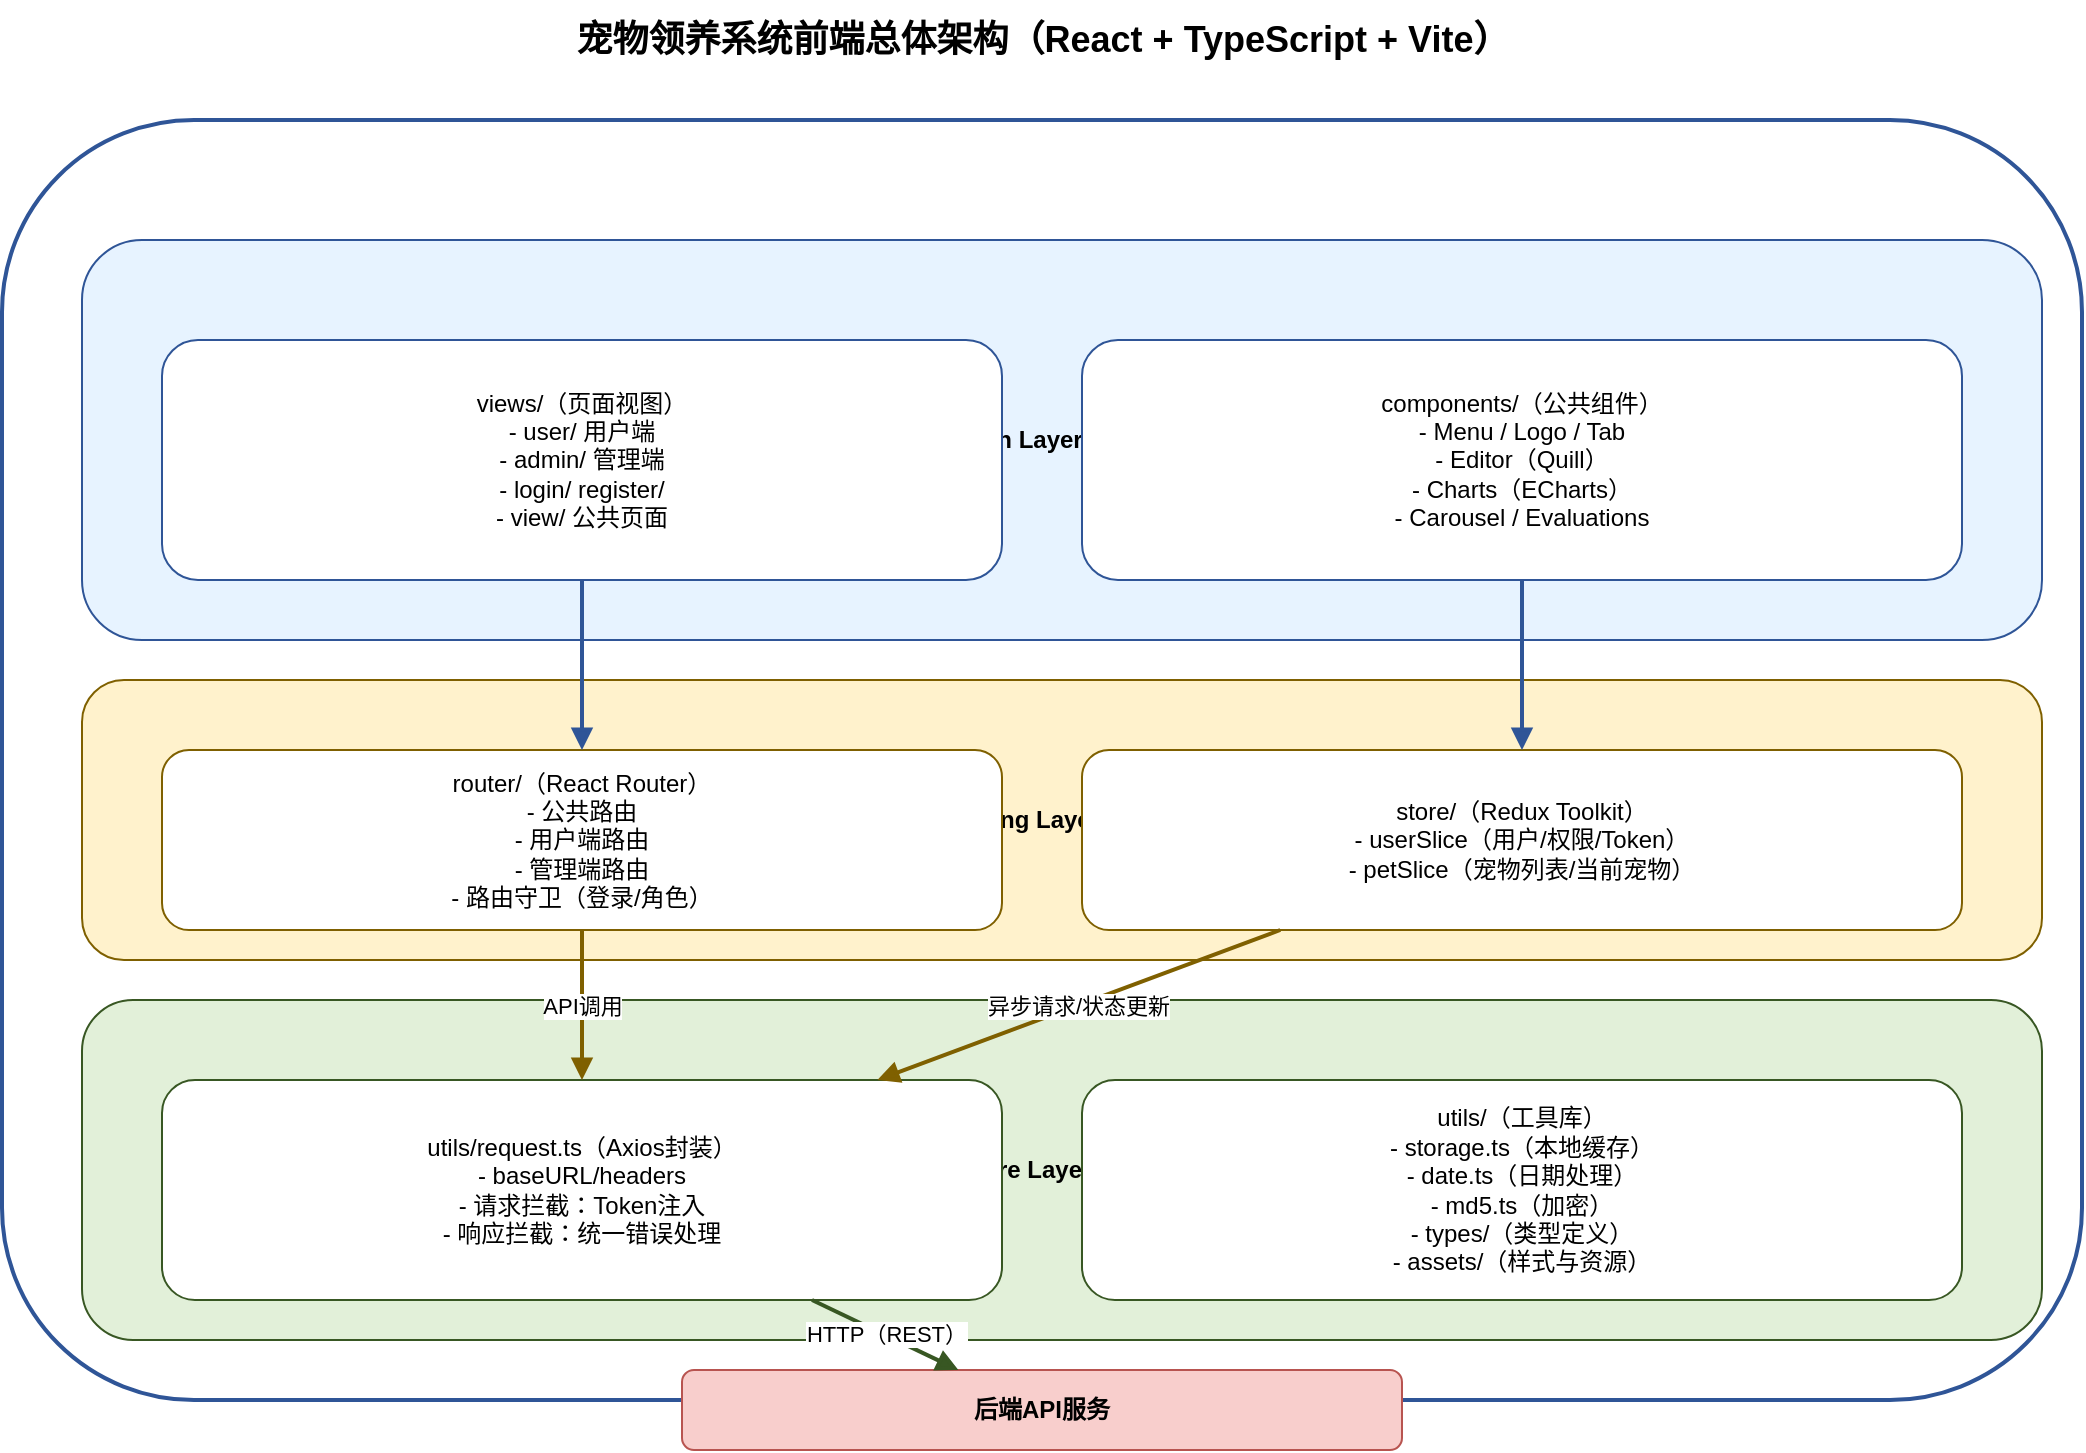
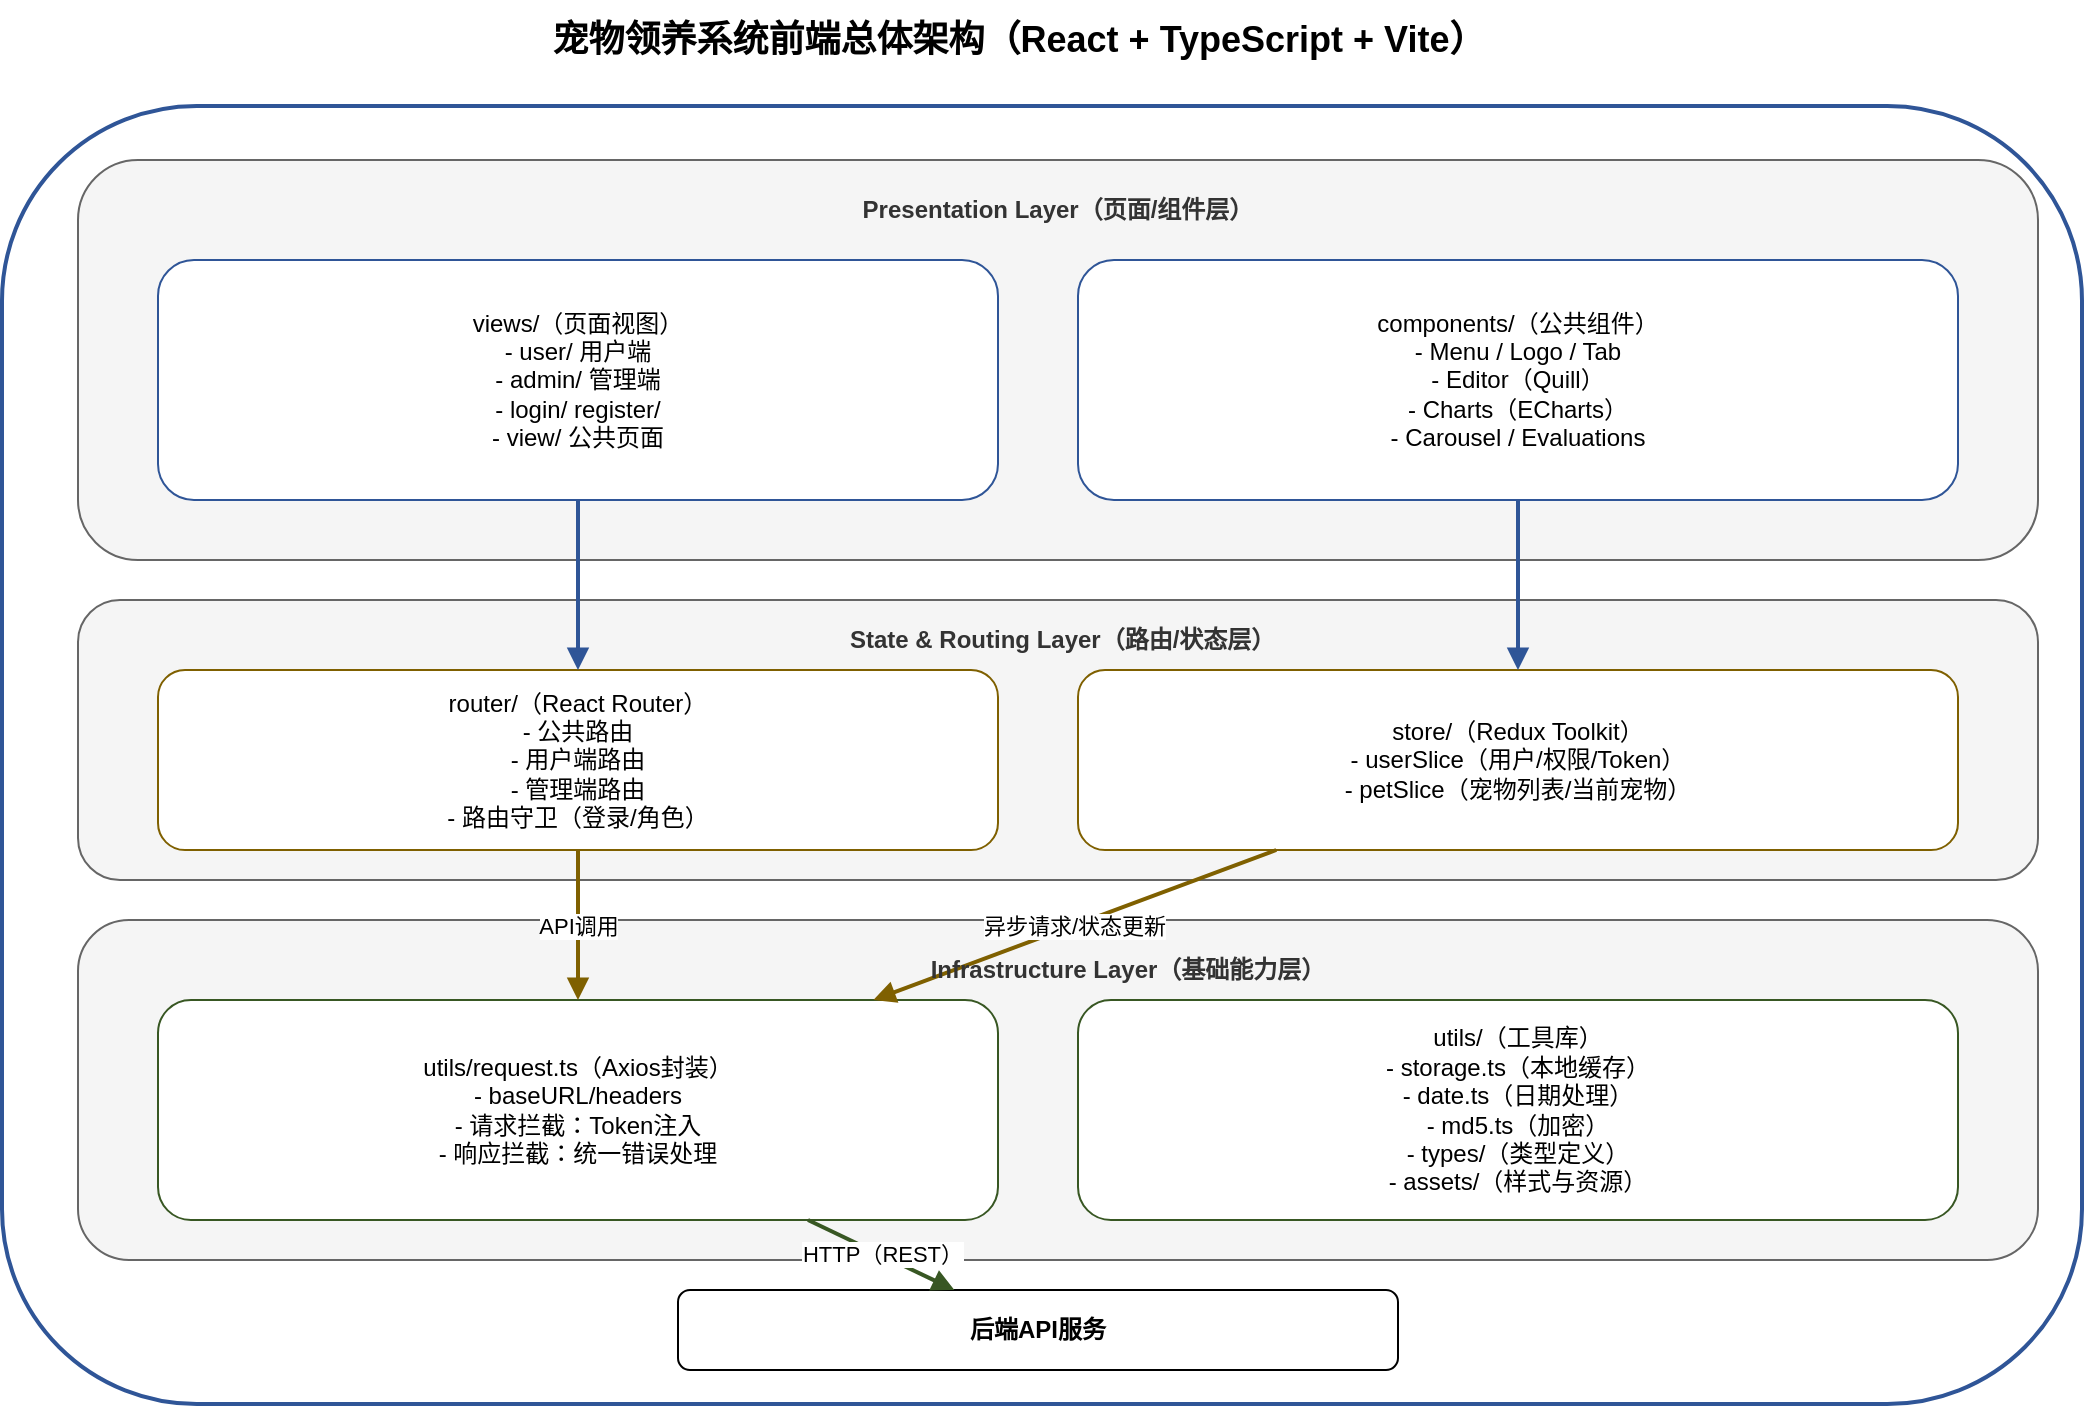
<mxfile host="app.diagrams.net">
  <diagram name="第 1 页" id="Zw4GrA-TFW1lKSvq5XIs">
-     <mxGraphModel dx="1200" dy="800" grid="1" gridSize="10" guides="1" tooltips="1" connect="1" arrows="1" fold="1" page="1" pageScale="1" pageWidth="1200" pageHeight="800" math="0" shadow="0">
+     <mxGraphModel dx="1056" dy="729" grid="0" gridSize="10" guides="1" tooltips="1" connect="1" arrows="1" fold="1" page="1" pageScale="1" pageWidth="1200" pageHeight="800" math="0" shadow="0">
      <root>
        <mxCell id="0" />
        <mxCell id="1" parent="0" />
-         <!-- Title -->
-         <mxCell id="t1" value="宠物领养系统前端总体架构（React + TypeScript + Vite）" style="text;html=1;align=center;verticalAlign=middle;fontSize=18;fontStyle=1" vertex="1" parent="1">
-           <mxGeometry x="200" y="20" width="800" height="40" as="geometry" />
+         <mxCell id="t1" parent="1" style="text;html=1;align=center;verticalAlign=middle;fontSize=18;fontStyle=1" value="宠物领养系统前端总体架构（React + TypeScript + Vite）" vertex="1">
+           <mxGeometry height="40" width="800" x="190" y="60" as="geometry" />
        </mxCell>
-         <!-- Container -->
-         <mxCell id="c0" value="Front-End Application" style="rounded=1;whiteSpace=wrap;html=1;strokeWidth=2;fillColor=#ffffff;strokeColor=#2F5597;fontStyle=1;align=center;" vertex="1" parent="1">
-           <mxGeometry x="80" y="80" width="1040" height="640" as="geometry" />
+         <mxCell id="c0" parent="1" style="rounded=1;whiteSpace=wrap;html=1;strokeWidth=2;fillColor=#ffffff;strokeColor=#2F5597;fontStyle=1;align=center;" value="Front-End Application" vertex="1">
+           <mxGeometry height="649" width="1040" x="82" y="113" as="geometry" />
        </mxCell>
-         <!-- Layers -->
-         <mxCell id="c1" value="Presentation Layer（页面/组件层）" style="rounded=1;whiteSpace=wrap;html=1;fillColor=#E7F3FF;strokeColor=#2F5597;fontStyle=1" vertex="1" parent="1">
-           <mxGeometry x="120" y="140" width="980" height="200" as="geometry" />
+         <mxCell id="c1" parent="1" style="rounded=1;whiteSpace=wrap;html=1;fillColor=#f5f5f5;strokeColor=#666666;fontStyle=1;fontColor=#333333;" value="" vertex="1">
+           <mxGeometry height="200" width="980" x="120" y="140" as="geometry" />
        </mxCell>
-         <mxCell id="c2" value="State &amp; Routing Layer（路由/状态层）" style="rounded=1;whiteSpace=wrap;html=1;fillColor=#FFF2CC;strokeColor=#7F6000;fontStyle=1" vertex="1" parent="1">
-           <mxGeometry x="120" y="360" width="980" height="140" as="geometry" />
+         <mxCell id="c2" parent="1" style="rounded=1;whiteSpace=wrap;html=1;fillColor=#f5f5f5;strokeColor=#666666;fontStyle=1;fontColor=#333333;" value="" vertex="1">
+           <mxGeometry height="140" width="980" x="120" y="360" as="geometry" />
        </mxCell>
-         <mxCell id="c3" value="Infrastructure Layer（基础能力层）" style="rounded=1;whiteSpace=wrap;html=1;fillColor=#E2F0D9;strokeColor=#385723;fontStyle=1" vertex="1" parent="1">
-           <mxGeometry x="120" y="520" width="980" height="170" as="geometry" />
+         <mxCell id="c3" parent="1" style="rounded=1;whiteSpace=wrap;html=1;fillColor=#f5f5f5;strokeColor=#666666;fontStyle=1;fontColor=#333333;" value="" vertex="1">
+           <mxGeometry height="170" width="980" x="120" y="520" as="geometry" />
        </mxCell>
-         <!-- Presentation: views -->
-         <mxCell id="v1" value="views/（页面视图）&#xa;- user/ 用户端&#xa;- admin/ 管理端&#xa;- login/ register/&#xa;- view/ 公共页面" style="rounded=1;whiteSpace=wrap;html=1;fillColor=#ffffff;strokeColor=#2F5597" vertex="1" parent="1">
-           <mxGeometry x="160" y="190" width="420" height="120" as="geometry" />
+         <mxCell id="v1" parent="1" style="rounded=1;whiteSpace=wrap;html=1;fillColor=#ffffff;strokeColor=#2F5597" value="views/（页面视图）&#xa;- user/ 用户端&#xa;- admin/ 管理端&#xa;- login/ register/&#xa;- view/ 公共页面" vertex="1">
+           <mxGeometry height="120" width="420" x="160" y="190" as="geometry" />
        </mxCell>
-         <!-- Presentation: components -->
-         <mxCell id="v2" value="components/（公共组件）&#xa;- Menu / Logo / Tab&#xa;- Editor（Quill）&#xa;- Charts（ECharts）&#xa;- Carousel / Evaluations" style="rounded=1;whiteSpace=wrap;html=1;fillColor=#ffffff;strokeColor=#2F5597" vertex="1" parent="1">
-           <mxGeometry x="620" y="190" width="440" height="120" as="geometry" />
+         <mxCell id="v2" parent="1" style="rounded=1;whiteSpace=wrap;html=1;fillColor=#ffffff;strokeColor=#2F5597" value="components/（公共组件）&#xa;- Menu / Logo / Tab&#xa;- Editor（Quill）&#xa;- Charts（ECharts）&#xa;- Carousel / Evaluations" vertex="1">
+           <mxGeometry height="120" width="440" x="620" y="190" as="geometry" />
        </mxCell>
-         <!-- State & Routing -->
-         <mxCell id="r1" value="router/（React Router）&#xa;- 公共路由&#xa;- 用户端路由&#xa;- 管理端路由&#xa;- 路由守卫（登录/角色）" style="rounded=1;whiteSpace=wrap;html=1;fillColor=#ffffff;strokeColor=#7F6000" vertex="1" parent="1">
-           <mxGeometry x="160" y="395" width="420" height="90" as="geometry" />
+         <mxCell id="r1" parent="1" style="rounded=1;whiteSpace=wrap;html=1;fillColor=#ffffff;strokeColor=#7F6000" value="router/（React Router）&#xa;- 公共路由&#xa;- 用户端路由&#xa;- 管理端路由&#xa;- 路由守卫（登录/角色）" vertex="1">
+           <mxGeometry height="90" width="420" x="160" y="395" as="geometry" />
        </mxCell>
-         <mxCell id="s1" value="store/（Redux Toolkit）&#xa;- userSlice（用户/权限/Token）&#xa;- petSlice（宠物列表/当前宠物）" style="rounded=1;whiteSpace=wrap;html=1;fillColor=#ffffff;strokeColor=#7F6000" vertex="1" parent="1">
-           <mxGeometry x="620" y="395" width="440" height="90" as="geometry" />
+         <mxCell id="s1" parent="1" style="rounded=1;whiteSpace=wrap;html=1;fillColor=#ffffff;strokeColor=#7F6000" value="store/（Redux Toolkit）&#xa;- userSlice（用户/权限/Token）&#xa;- petSlice（宠物列表/当前宠物）" vertex="1">
+           <mxGeometry height="90" width="440" x="620" y="395" as="geometry" />
        </mxCell>
-         <!-- Infrastructure -->
-         <mxCell id="u1" value="utils/request.ts（Axios封装）&#xa;- baseURL/headers&#xa;- 请求拦截：Token注入&#xa;- 响应拦截：统一错误处理" style="rounded=1;whiteSpace=wrap;html=1;fillColor=#ffffff;strokeColor=#385723" vertex="1" parent="1">
-           <mxGeometry x="160" y="560" width="420" height="110" as="geometry" />
+         <mxCell id="u1" parent="1" style="rounded=1;whiteSpace=wrap;html=1;fillColor=#ffffff;strokeColor=#385723" value="utils/request.ts（Axios封装）&#xa;- baseURL/headers&#xa;- 请求拦截：Token注入&#xa;- 响应拦截：统一错误处理" vertex="1">
+           <mxGeometry height="110" width="420" x="160" y="560" as="geometry" />
        </mxCell>
-         <mxCell id="u2" value="utils/（工具库）&#xa;- storage.ts（本地缓存）&#xa;- date.ts（日期处理）&#xa;- md5.ts（加密）&#xa;- types/（类型定义）&#xa;- assets/（样式与资源）" style="rounded=1;whiteSpace=wrap;html=1;fillColor=#ffffff;strokeColor=#385723" vertex="1" parent="1">
-           <mxGeometry x="620" y="560" width="440" height="110" as="geometry" />
+         <mxCell id="u2" parent="1" style="rounded=1;whiteSpace=wrap;html=1;fillColor=#ffffff;strokeColor=#385723" value="utils/（工具库）&#xa;- storage.ts（本地缓存）&#xa;- date.ts（日期处理）&#xa;- md5.ts（加密）&#xa;- types/（类型定义）&#xa;- assets/（样式与资源）" vertex="1">
+           <mxGeometry height="110" width="440" x="620" y="560" as="geometry" />
        </mxCell>
-         <!-- Arrows: views/components -> router/store -->
-         <mxCell id="e1" style="endArrow=block;html=1;strokeColor=#2F5597;strokeWidth=2" edge="1" parent="1" source="v1" target="r1">
+         <mxCell id="e1" edge="1" parent="1" source="v1" style="endArrow=block;html=1;strokeColor=#2F5597;strokeWidth=2" target="r1">
          <mxGeometry relative="1" as="geometry" />
        </mxCell>
-         <mxCell id="e2" style="endArrow=block;html=1;strokeColor=#2F5597;strokeWidth=2" edge="1" parent="1" source="v2" target="s1">
+         <mxCell id="e2" edge="1" parent="1" source="v2" style="endArrow=block;html=1;strokeColor=#2F5597;strokeWidth=2" target="s1">
          <mxGeometry relative="1" as="geometry" />
        </mxCell>
-         <!-- Arrows: router/store -> request -->
-         <mxCell id="e3" value="API调用" style="endArrow=block;html=1;strokeColor=#7F6000;strokeWidth=2" edge="1" parent="1" source="r1" target="u1">
+         <mxCell id="e3" edge="1" parent="1" source="r1" style="endArrow=block;html=1;strokeColor=#7F6000;strokeWidth=2" target="u1" value="API调用">
          <mxGeometry relative="1" as="geometry" />
        </mxCell>
-         <mxCell id="e4" value="异步请求/状态更新" style="endArrow=block;html=1;strokeColor=#7F6000;strokeWidth=2" edge="1" parent="1" source="s1" target="u1">
+         <mxCell id="e4" edge="1" parent="1" source="s1" style="endArrow=block;html=1;strokeColor=#7F6000;strokeWidth=2" target="u1" value="异步请求/状态更新">
          <mxGeometry relative="1" as="geometry" />
        </mxCell>
-         <!-- Arrow: request -> backend (virtual) -->
-         <mxCell id="b1" value="后端API服务" style="rounded=1;whiteSpace=wrap;html=1;fillColor=#F8CECC;strokeColor=#B85450;fontStyle=1" vertex="1" parent="1">
-           <mxGeometry x="420" y="705" width="360" height="40" as="geometry" />
+         <mxCell id="b1" parent="1" style="rounded=1;whiteSpace=wrap;html=1;fontStyle=1" value="后端API服务" vertex="1">
+           <mxGeometry height="40" width="360" x="420" y="705" as="geometry" />
        </mxCell>
-         <mxCell id="e5" value="HTTP（REST）" style="endArrow=block;html=1;strokeColor=#385723;strokeWidth=2" edge="1" parent="1" source="u1" target="b1">
+         <mxCell id="e5" edge="1" parent="1" source="u1" style="endArrow=block;html=1;strokeColor=#385723;strokeWidth=2" target="b1" value="HTTP（REST）">
          <mxGeometry relative="1" as="geometry" />
+         </mxCell>
+         <mxCell id="qifDDppV9MLtQ6huMmRN-1" parent="1" style="text;html=1;whiteSpace=wrap;strokeColor=none;fillColor=none;align=center;verticalAlign=middle;rounded=0;" value="&lt;span style=&quot;color: rgb(51, 51, 51); font-weight: 700;&quot;&gt;State &amp;amp; Routing Layer（路由/状态层）&lt;/span&gt;" vertex="1">
+           <mxGeometry height="30" width="210" x="505" y="365" as="geometry" />
+         </mxCell>
+         <mxCell id="qifDDppV9MLtQ6huMmRN-2" parent="1" style="text;html=1;whiteSpace=wrap;strokeColor=none;fillColor=none;align=center;verticalAlign=middle;rounded=0;" value="&lt;span style=&quot;color: rgb(51, 51, 51); font-weight: 700;&quot;&gt;Presentation Layer（页面/组件层）&lt;/span&gt;" vertex="1">
+           <mxGeometry height="30" width="210" x="505" y="150" as="geometry" />
+         </mxCell>
+         <mxCell id="qifDDppV9MLtQ6huMmRN-3" parent="1" style="text;html=1;whiteSpace=wrap;strokeColor=none;fillColor=none;align=center;verticalAlign=middle;rounded=0;" value="&lt;span style=&quot;color: rgb(51, 51, 51); font-weight: 700;&quot;&gt;Infrastructure Layer（基础能力层）&lt;/span&gt;" vertex="1">
+           <mxGeometry height="30" width="210" x="540" y="530" as="geometry" />
        </mxCell>
      </root>
    </mxGraphModel>
  </diagram>
</mxfile>
